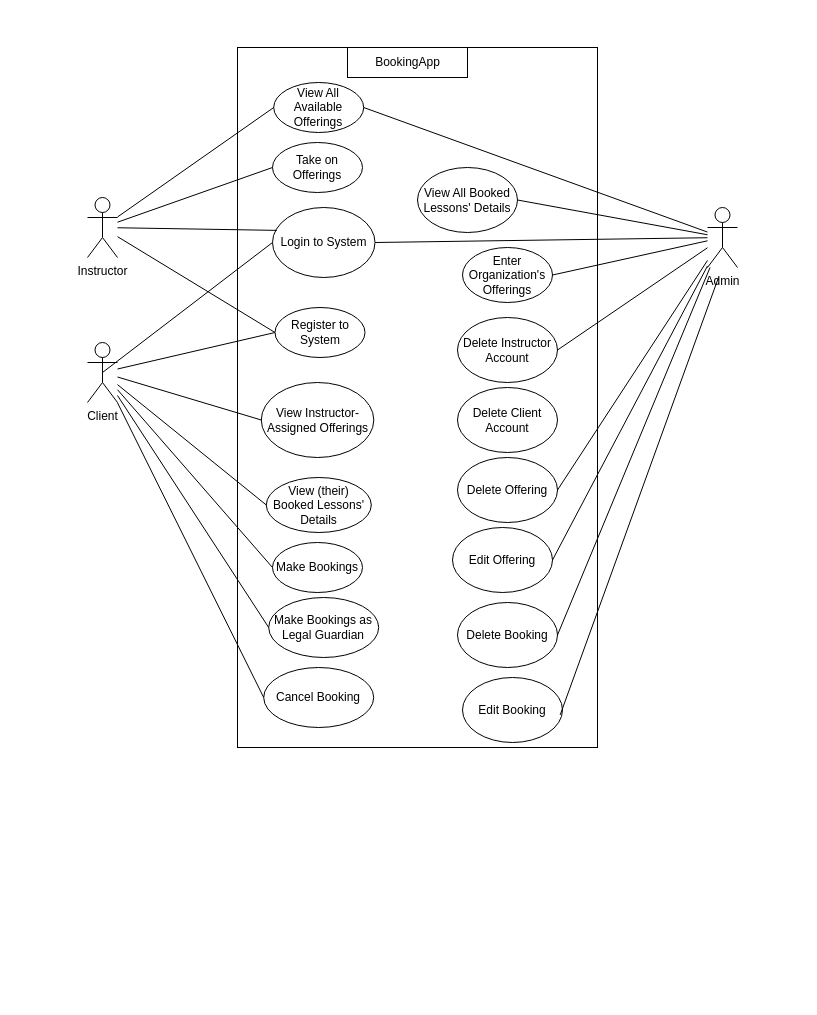
aleckira/SOEN_342_PROJECT keeps this draw.io diagram as Artifacts/DrawIO Files/Use Case Diagram.drawio. Above is the earlier version. Source tidied: cells renumbered, new cells numbered last; positions are measured from the earlier drawing's top-left corner, leaving out a move shared by most shapes. Both pictures are drawn from the tidied source at 100%, with x=0, y=0 at pixel (87, 47).
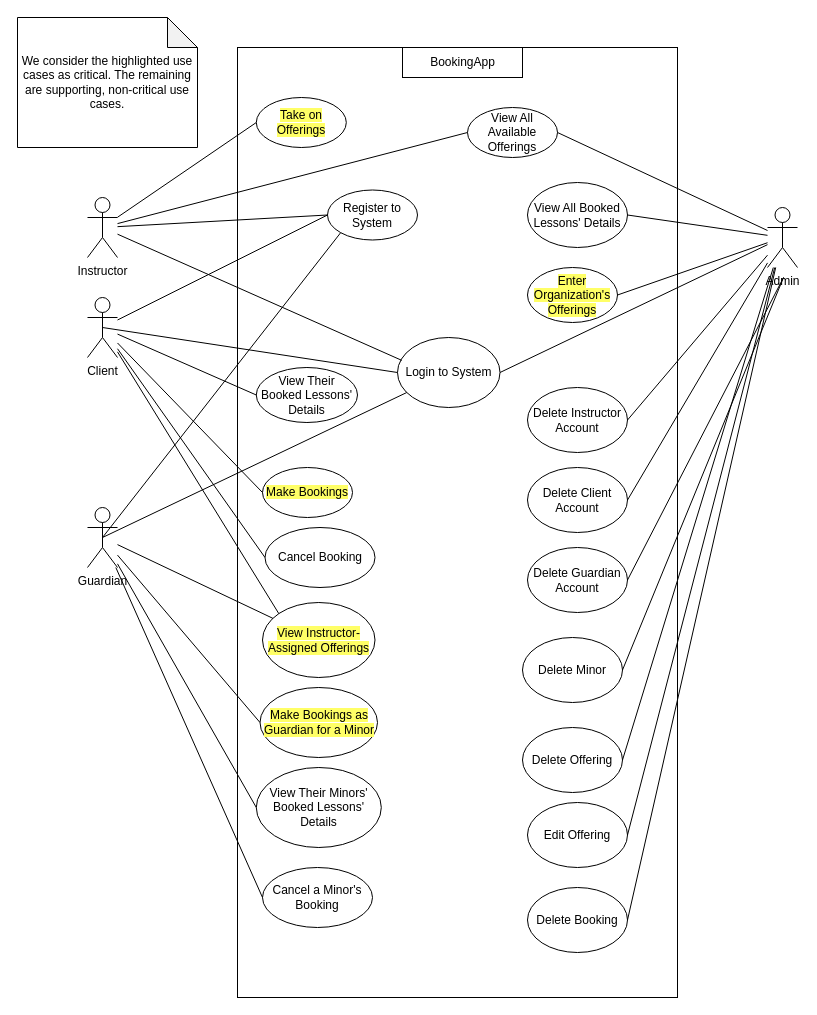
Above is the later version.

Diff of the diagram source:
```diff
@@
     <mxCell id="2" style="rounded=0;whiteSpace=wrap;html=1;" parent="1" vertex="1">
-      <mxGeometry x="150" width="360" height="700" as="geometry" />
+      <mxGeometry x="150" width="440" height="950" as="geometry" />
     </mxCell>
     <mxCell id="3" style="rounded=0;whiteSpace=wrap;html=1;" parent="1" vertex="1">
-      <mxGeometry x="260" width="120" height="30" as="geometry" />
+      <mxGeometry x="315" width="120" height="30" as="geometry" />
     </mxCell>
     <mxCell id="4" value="BookingApp" style="text;html=1;align=center;verticalAlign=middle;whiteSpace=wrap;rounded=0;" parent="1" vertex="1">
-      <mxGeometry x="282.5" width="75" height="30" as="geometry" />
+      <mxGeometry x="337.5" width="75" height="30" as="geometry" />
     </mxCell>
@@
     <mxCell id="7" value="Client" style="shape=umlActor;verticalLabelPosition=bottom;verticalAlign=top;html=1;outlineConnect=0;" parent="1" vertex="1">
-      <mxGeometry y="295" width="30" height="60" as="geometry" />
+      <mxGeometry y="250" width="30" height="60" as="geometry" />
     </mxCell>
     <mxCell id="8" value="Admin" style="shape=umlActor;verticalLabelPosition=bottom;verticalAlign=top;html=1;outlineConnect=0;" parent="1" vertex="1">
-      <mxGeometry x="620" y="160" width="30" height="60" as="geometry" />
+      <mxGeometry x="680" y="160" width="30" height="60" as="geometry" />
     </mxCell>
     <mxCell id="9" value="Register to System" style="ellipse;whiteSpace=wrap;html=1;" parent="1" vertex="1">
-      <mxGeometry x="187.5" y="260" width="90" height="50" as="geometry" />
+      <mxGeometry x="240" y="142.5" width="90" height="50" as="geometry" />
     </mxCell>
@@
-    <mxCell id="12" value="Take on Offerings" style="ellipse;whiteSpace=wrap;html=1;" parent="1" vertex="1">
-      <mxGeometry x="185" y="95" width="90" height="50" as="geometry" />
+    <mxCell id="12" value="&lt;span style=&quot;background-color: rgb(255, 255, 102);&quot;&gt;Take on Offerings&lt;/span&gt;" style="ellipse;whiteSpace=wrap;html=1;" parent="1" vertex="1">
+      <mxGeometry x="168.8" y="50" width="90" height="50" as="geometry" />
     </mxCell>
@@
     <mxCell id="14" value="View All Available Offerings" style="ellipse;whiteSpace=wrap;html=1;" parent="1" vertex="1">
-      <mxGeometry x="186.2" y="35" width="90" height="50" as="geometry" />
+      <mxGeometry x="380" y="60" width="90" height="50" as="geometry" />
     </mxCell>
@@
-    <mxCell id="16" value="View Instructor-Assigned Offerings" style="ellipse;whiteSpace=wrap;html=1;" parent="1" vertex="1">
-      <mxGeometry x="173.8" y="335" width="112.5" height="75" as="geometry" />
+    <mxCell id="16" value="&lt;span style=&quot;background-color: rgb(255, 255, 102);&quot;&gt;View Instructor-Assigned Offerings&lt;/span&gt;" style="ellipse;whiteSpace=wrap;html=1;" parent="1" vertex="1">
+      <mxGeometry x="175" y="555" width="112.5" height="75" as="geometry" />
     </mxCell>
-    <mxCell id="17" style="endArrow=none;html=1;rounded=0;entryX=0;entryY=0.5;entryDx=0;entryDy=0;" parent="1" edge="1" source="7" target="16">
+    <mxCell id="17" style="endArrow=none;html=1;rounded=0;entryX=0;entryY=0;entryDx=0;entryDy=0;" parent="1" edge="1" source="7" target="16">
       <mxGeometry relative="1" as="geometry" />
     </mxCell>
-    <mxCell id="18" value="View (their) Booked Lessons' Details" style="ellipse;whiteSpace=wrap;html=1;" parent="1" vertex="1">
-      <mxGeometry x="178.8" y="430" width="105" height="55" as="geometry" />
-    </mxCell>
@@
-    <mxCell id="20" value="Make Bookings" style="ellipse;whiteSpace=wrap;html=1;" parent="1" vertex="1">
-      <mxGeometry x="185" y="495" width="90" height="50" as="geometry" />
+    <mxCell id="20" value="&lt;span style=&quot;background-color: rgb(255, 255, 102);&quot;&gt;Make Bookings&lt;/span&gt;" style="ellipse;whiteSpace=wrap;html=1;" parent="1" vertex="1">
+      <mxGeometry x="175" y="420" width="90" height="50" as="geometry" />
     </mxCell>
-    <mxCell id="21" value="Make Bookings as Legal Guardian" style="ellipse;whiteSpace=wrap;html=1;" parent="1" vertex="1">
-      <mxGeometry x="181.2" y="550" width="110" height="60" as="geometry" />
+    <mxCell id="21" value="&lt;span style=&quot;background-color: rgb(255, 255, 102);&quot;&gt;Make Bookings as Guardian for a Minor&lt;/span&gt;" style="ellipse;whiteSpace=wrap;html=1;" parent="1" vertex="1">
+      <mxGeometry x="172.5" y="640" width="117.5" height="70" as="geometry" />
     </mxCell>
@@
-    <mxCell id="23" style="endArrow=none;html=1;rounded=0;entryX=0;entryY=0.5;entryDx=0;entryDy=0;" parent="1" edge="1" source="7" target="21">
-      <mxGeometry relative="1" as="geometry" />
-    </mxCell>
@@
-    <mxCell id="25" value="Enter Organization's Offerings" style="ellipse;whiteSpace=wrap;html=1;" parent="1" vertex="1">
-      <mxGeometry x="375" y="200" width="90" height="55" as="geometry" />
+    <mxCell id="25" value="&lt;span style=&quot;background-color: rgb(255, 255, 102);&quot;&gt;Enter Organization's Offerings&lt;/span&gt;" style="ellipse;whiteSpace=wrap;html=1;" parent="1" vertex="1">
+      <mxGeometry x="440" y="220" width="90" height="55" as="geometry" />
     </mxCell>
     <mxCell id="26" value="Delete Instructor Account" style="ellipse;whiteSpace=wrap;html=1;" parent="1" vertex="1">
-      <mxGeometry x="370" y="270" width="100" height="65" as="geometry" />
+      <mxGeometry x="440" y="340" width="100" height="65" as="geometry" />
     </mxCell>
     <mxCell id="27" value="View All Booked Lessons' Details" style="ellipse;whiteSpace=wrap;html=1;" parent="1" vertex="1">
-      <mxGeometry x="330" y="120" width="100" height="65" as="geometry" />
+      <mxGeometry x="440" y="135" width="100" height="65" as="geometry" />
     </mxCell>
@@
     <mxCell id="31" value="Login to System" style="ellipse;whiteSpace=wrap;html=1;" parent="1" vertex="1">
-      <mxGeometry x="185" y="160" width="102.5" height="70" as="geometry" />
+      <mxGeometry x="310" y="290" width="102.5" height="70" as="geometry" />
     </mxCell>
@@
     <mxCell id="35" value="Delete Offering" style="ellipse;whiteSpace=wrap;html=1;" parent="1" vertex="1">
-      <mxGeometry x="370" y="410" width="100" height="65" as="geometry" />
+      <mxGeometry x="435" y="680" width="100" height="65" as="geometry" />
     </mxCell>
     <mxCell id="36" value="Delete Booking" style="ellipse;whiteSpace=wrap;html=1;" parent="1" vertex="1">
-      <mxGeometry x="370" y="555" width="100" height="65" as="geometry" />
+      <mxGeometry x="440" y="840" width="100" height="65" as="geometry" />
     </mxCell>
@@
     <mxCell id="39" value="Cancel Booking" style="ellipse;whiteSpace=wrap;html=1;" parent="1" vertex="1">
-      <mxGeometry x="176.2" y="620" width="110" height="60" as="geometry" />
+      <mxGeometry x="177.5" y="480" width="110" height="60" as="geometry" />
     </mxCell>
@@
     <mxCell id="41" value="Edit Offering" style="ellipse;whiteSpace=wrap;html=1;" parent="1" vertex="1">
-      <mxGeometry x="365" y="480" width="100" height="65" as="geometry" />
+      <mxGeometry x="440" y="755" width="100" height="65" as="geometry" />
     </mxCell>
-    <mxCell id="42" value="Edit Booking" style="ellipse;whiteSpace=wrap;html=1;" parent="1" vertex="1">
-      <mxGeometry x="375" y="630" width="100" height="65" as="geometry" />
-    </mxCell>
-    <mxCell id="43" style="endArrow=none;html=1;rounded=0;exitX=0.977;exitY=0.575;exitDx=0;exitDy=0;exitPerimeter=0;" parent="1" edge="1" source="42">
-      <mxGeometry relative="1" as="geometry">
-        <mxPoint x="631" y="230" as="targetPoint" />
-      </mxGeometry>
-    </mxCell>
@@
+    <mxCell id="46" value="Guardian" style="shape=umlActor;verticalLabelPosition=bottom;verticalAlign=top;html=1;outlineConnect=0;" parent="1" vertex="1">
+      <mxGeometry y="460" width="30" height="60" as="geometry" />
+    </mxCell>
+    <mxCell id="47" style="endArrow=none;html=1;rounded=0;" parent="1" edge="1" source="46" target="16">
+      <mxGeometry relative="1" as="geometry" />
+    </mxCell>
+    <mxCell id="48" value="View Their Minors' Booked Lessons' Details" style="ellipse;whiteSpace=wrap;html=1;" parent="1" vertex="1">
+      <mxGeometry x="168.8" y="720" width="125" height="80" as="geometry" />
+    </mxCell>
+    <mxCell id="49" style="endArrow=none;html=1;rounded=0;entryX=0;entryY=0.5;entryDx=0;entryDy=0;" parent="1" edge="1" source="46" target="21">
+      <mxGeometry relative="1" as="geometry" />
+    </mxCell>
+    <mxCell id="50" style="endArrow=none;html=1;rounded=0;entryX=0;entryY=0.5;entryDx=0;entryDy=0;" parent="1" edge="1" source="46" target="48">
+      <mxGeometry relative="1" as="geometry" />
+    </mxCell>
+    <mxCell id="51" style="endArrow=none;html=1;rounded=0;exitX=0.5;exitY=0.5;exitDx=0;exitDy=0;exitPerimeter=0;" parent="1" edge="1" source="46" target="31">
+      <mxGeometry relative="1" as="geometry" />
+    </mxCell>
+    <mxCell id="18" value="View Their Booked Lessons' Details" style="ellipse;whiteSpace=wrap;html=1;" parent="1" vertex="1">
+      <mxGeometry x="168.8" y="320" width="101.2" height="55" as="geometry" />
+    </mxCell>
+    <mxCell id="52" style="endArrow=none;html=1;rounded=0;exitX=0.5;exitY=0.5;exitDx=0;exitDy=0;exitPerimeter=0;entryX=0;entryY=1;entryDx=0;entryDy=0;" parent="1" edge="1" source="46" target="9">
+      <mxGeometry relative="1" as="geometry" />
+    </mxCell>
+    <mxCell id="53" value="Cancel a Minor's Booking" style="ellipse;whiteSpace=wrap;html=1;" parent="1" vertex="1">
+      <mxGeometry x="175" y="820" width="110" height="60" as="geometry" />
+    </mxCell>
+    <mxCell id="54" style="endArrow=none;html=1;rounded=0;entryX=0;entryY=0.5;entryDx=0;entryDy=0;" parent="1" edge="1" source="46" target="53">
+      <mxGeometry relative="1" as="geometry" />
+    </mxCell>
+    <mxCell id="55" value="We consider the highlighted use cases as critical. The remaining are supporting, non-critical use cases." style="shape=note;whiteSpace=wrap;html=1;backgroundOutline=1;darkOpacity=0.05;" parent="1" vertex="1">
+      <mxGeometry x="-70" y="-30" width="180" height="130" as="geometry" />
+    </mxCell>
     <mxCell id="45" value="Delete Client Account" style="ellipse;whiteSpace=wrap;html=1;" parent="1" vertex="1">
-      <mxGeometry x="370" y="340" width="100" height="65" as="geometry" />
+      <mxGeometry x="440" y="420" width="100" height="65" as="geometry" />
     </mxCell>
+    <mxCell id="56" style="endArrow=none;html=1;rounded=0;exitX=1;exitY=0.5;exitDx=0;exitDy=0;" parent="1" edge="1" source="45" target="8">
+      <mxGeometry relative="1" as="geometry" />
+    </mxCell>
+    <mxCell id="57" value="Delete Guardian Account" style="ellipse;whiteSpace=wrap;html=1;" parent="1" vertex="1">
+      <mxGeometry x="440" y="500" width="100" height="65" as="geometry" />
+    </mxCell>
+    <mxCell id="58" value="Delete Minor" style="ellipse;whiteSpace=wrap;html=1;" parent="1" vertex="1">
+      <mxGeometry x="435" y="590" width="100" height="65" as="geometry" />
+    </mxCell>
+    <mxCell id="59" style="endArrow=none;html=1;rounded=0;exitX=1;exitY=0.5;exitDx=0;exitDy=0;" parent="1" edge="1" source="57">
+      <mxGeometry relative="1" as="geometry">
+        <mxPoint x="696" y="230" as="targetPoint" />
+      </mxGeometry>
+    </mxCell>
+    <mxCell id="60" style="endArrow=none;html=1;rounded=0;exitX=1;exitY=0.5;exitDx=0;exitDy=0;" parent="1" edge="1" source="58">
+      <mxGeometry relative="1" as="geometry">
+        <mxPoint x="696" y="230" as="targetPoint" />
+      </mxGeometry>
+    </mxCell>
```
